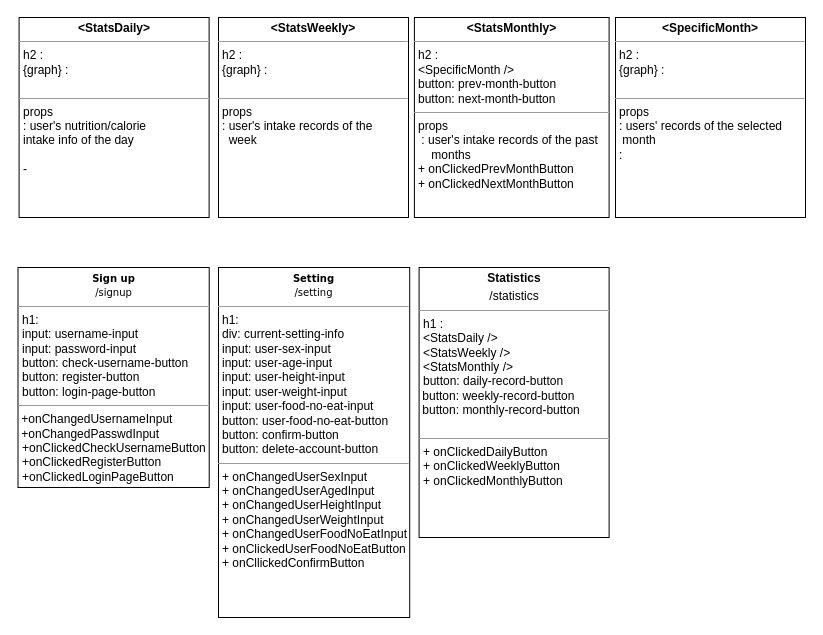
Earlier version of the draw.io diagram diagrams/Bang.drawio (swsnu/swpp2021-team5). Source tidied: cells renumbered, new cells numbered last; positions are measured from the earlier drawing's top-left corner, leaving out a move shared by most shapes. Both pictures are drawn from the tidied source at 100%, with x=0, y=0 at pixel (18, 17).
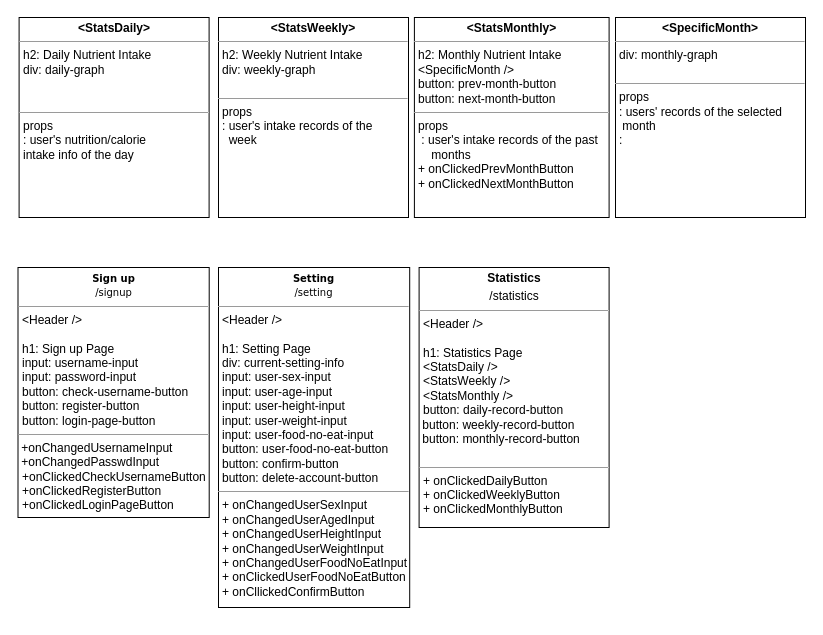
Above is the later version.

The edit, as a diff of the source:
```diff
@@
 <mxGraphModel>
   <root>
     <mxCell id="0" />
     <mxCell id="1" parent="0" />
-    <mxCell id="2" value="&lt;p style=&quot;margin: 0px ; margin-top: 4px ; text-align: center&quot;&gt;&lt;b&gt;&amp;lt;StatsDaily&amp;gt;&lt;/b&gt;&lt;/p&gt;&lt;hr size=&quot;1&quot;&gt;&lt;p style=&quot;margin: 0px ; margin-left: 4px&quot;&gt;h2 :&amp;nbsp;&lt;br&gt;&lt;/p&gt;&lt;p style=&quot;margin: 0px ; margin-left: 4px&quot;&gt;{graph} :&amp;nbsp;&lt;/p&gt;&lt;p style=&quot;margin: 0px ; margin-left: 4px&quot;&gt;&lt;br&gt;&lt;/p&gt;&lt;hr size=&quot;1&quot;&gt;&lt;p style=&quot;margin: 0px ; margin-left: 4px&quot;&gt;props&lt;/p&gt;&lt;p style=&quot;margin: 0px ; margin-left: 4px&quot;&gt;: user's nutrition/calorie&lt;/p&gt;&lt;p style=&quot;margin: 0px ; margin-left: 4px&quot;&gt;intake info of the day&lt;/p&gt;&lt;p style=&quot;margin: 0px ; margin-left: 4px&quot;&gt;&lt;br&gt;&lt;/p&gt;&lt;p style=&quot;margin: 0px ; margin-left: 4px&quot;&gt;-&amp;nbsp;&lt;/p&gt;&lt;p style=&quot;margin: 0px ; margin-left: 4px&quot;&gt;&lt;br&gt;&lt;/p&gt;" style="verticalAlign=top;align=left;overflow=fill;fontSize=12;fontFamily=Helvetica;html=1;rounded=0;shadow=0;comic=0;labelBackgroundColor=none;strokeWidth=1;" parent="1" vertex="1">
+    <mxCell id="2" value="&lt;p style=&quot;margin: 0px ; margin-top: 4px ; text-align: center&quot;&gt;&lt;b&gt;&amp;lt;StatsDaily&amp;gt;&lt;/b&gt;&lt;/p&gt;&lt;hr size=&quot;1&quot;&gt;&lt;p style=&quot;margin: 0px ; margin-left: 4px&quot;&gt;h2: Daily Nutrient Intake&lt;br&gt;&lt;/p&gt;&lt;p style=&quot;margin: 0px ; margin-left: 4px&quot;&gt;div: daily-graph&lt;/p&gt;&lt;p style=&quot;margin: 0px ; margin-left: 4px&quot;&gt;&amp;nbsp;&lt;/p&gt;&lt;p style=&quot;margin: 0px ; margin-left: 4px&quot;&gt;&lt;br&gt;&lt;/p&gt;&lt;hr size=&quot;1&quot;&gt;&lt;p style=&quot;margin: 0px ; margin-left: 4px&quot;&gt;props&lt;/p&gt;&lt;p style=&quot;margin: 0px ; margin-left: 4px&quot;&gt;: user's nutrition/calorie&lt;/p&gt;&lt;p style=&quot;margin: 0px ; margin-left: 4px&quot;&gt;intake info of the day&lt;/p&gt;&lt;p style=&quot;margin: 0px ; margin-left: 4px&quot;&gt;&lt;br&gt;&lt;/p&gt;" style="verticalAlign=top;align=left;overflow=fill;fontSize=12;fontFamily=Helvetica;html=1;rounded=0;shadow=0;comic=0;labelBackgroundColor=none;strokeWidth=1;" parent="1" vertex="1">
       <mxGeometry x="0.6" width="190" height="200" as="geometry" />
     </mxCell>
-    <mxCell id="3" value="&lt;p style=&quot;margin: 0px ; margin-top: 4px ; text-align: center&quot;&gt;&lt;b&gt;&amp;lt;StatsWeekly&amp;gt;&lt;/b&gt;&lt;/p&gt;&lt;hr size=&quot;1&quot;&gt;&lt;p style=&quot;margin: 0px ; margin-left: 4px&quot;&gt;h2 :&amp;nbsp;&lt;br&gt;&lt;/p&gt;&lt;p style=&quot;margin: 0px ; margin-left: 4px&quot;&gt;{graph} :&lt;br&gt;&lt;/p&gt;&lt;p style=&quot;margin: 0px ; margin-left: 4px&quot;&gt;&lt;br&gt;&lt;/p&gt;&lt;hr size=&quot;1&quot;&gt;&lt;p style=&quot;margin: 0px ; margin-left: 4px&quot;&gt;props&lt;/p&gt;&lt;p style=&quot;margin: 0px ; margin-left: 4px&quot;&gt;: user's intake records of the&lt;/p&gt;&lt;p style=&quot;margin: 0px ; margin-left: 4px&quot;&gt;&amp;nbsp; week&lt;br&gt;&lt;/p&gt;" style="verticalAlign=top;align=left;overflow=fill;fontSize=12;fontFamily=Helvetica;html=1;rounded=0;shadow=0;comic=0;labelBackgroundColor=none;strokeWidth=1;" parent="1" vertex="1">
+    <mxCell id="3" value="&lt;p style=&quot;margin: 0px ; margin-top: 4px ; text-align: center&quot;&gt;&lt;b&gt;&amp;lt;StatsWeekly&amp;gt;&lt;/b&gt;&lt;/p&gt;&lt;hr size=&quot;1&quot;&gt;&lt;p style=&quot;margin: 0px ; margin-left: 4px&quot;&gt;h2: Weekly Nutrient Intake&lt;br&gt;&lt;/p&gt;&lt;p style=&quot;margin: 0px ; margin-left: 4px&quot;&gt;div: weekly-graph&lt;br&gt;&lt;/p&gt;&lt;p style=&quot;margin: 0px ; margin-left: 4px&quot;&gt;&lt;br&gt;&lt;/p&gt;&lt;hr size=&quot;1&quot;&gt;&lt;p style=&quot;margin: 0px ; margin-left: 4px&quot;&gt;props&lt;/p&gt;&lt;p style=&quot;margin: 0px ; margin-left: 4px&quot;&gt;: user's intake records of the&lt;/p&gt;&lt;p style=&quot;margin: 0px ; margin-left: 4px&quot;&gt;&amp;nbsp; week&lt;br&gt;&lt;/p&gt;" style="verticalAlign=top;align=left;overflow=fill;fontSize=12;fontFamily=Helvetica;html=1;rounded=0;shadow=0;comic=0;labelBackgroundColor=none;strokeWidth=1;" parent="1" vertex="1">
       <mxGeometry x="200" width="190" height="200" as="geometry" />
     </mxCell>
-    <mxCell id="4" value="&lt;p style=&quot;margin: 0px ; margin-top: 4px ; text-align: center&quot;&gt;&lt;b&gt;&amp;lt;StatsMonthly&amp;gt;&lt;/b&gt;&lt;/p&gt;&lt;hr size=&quot;1&quot;&gt;&lt;p style=&quot;margin: 0px ; margin-left: 4px&quot;&gt;h2 :&amp;nbsp;&lt;br&gt;&lt;/p&gt;&lt;p style=&quot;margin: 0px ; margin-left: 4px&quot;&gt;&amp;lt;SpecificMonth /&amp;gt;&lt;/p&gt;&lt;p style=&quot;margin: 0px ; margin-left: 4px&quot;&gt;button: prev-month-button&lt;/p&gt;&lt;p style=&quot;margin: 0px ; margin-left: 4px&quot;&gt;button: next-month-button&lt;/p&gt;&lt;hr size=&quot;1&quot;&gt;&lt;p style=&quot;margin: 0px 0px 0px 4px&quot;&gt;props&lt;/p&gt;&lt;p style=&quot;margin: 0px 0px 0px 4px&quot;&gt;&amp;nbsp;: user's intake records of the past&lt;/p&gt;&lt;p style=&quot;margin: 0px 0px 0px 4px&quot;&gt;&amp;nbsp; &amp;nbsp; months&lt;/p&gt;&lt;p style=&quot;margin: 0px 0px 0px 4px&quot;&gt;+ onClickedPrevMonthButton&lt;/p&gt;&lt;p style=&quot;margin: 0px 0px 0px 4px&quot;&gt;+ onClickedNextMonthButton&lt;/p&gt;" style="verticalAlign=top;align=left;overflow=fill;fontSize=12;fontFamily=Helvetica;html=1;rounded=0;shadow=0;comic=0;labelBackgroundColor=none;strokeWidth=1;" parent="1" vertex="1">
+    <mxCell id="4" value="&lt;p style=&quot;margin: 0px ; margin-top: 4px ; text-align: center&quot;&gt;&lt;b&gt;&amp;lt;StatsMonthly&amp;gt;&lt;/b&gt;&lt;/p&gt;&lt;hr size=&quot;1&quot;&gt;&lt;p style=&quot;margin: 0px ; margin-left: 4px&quot;&gt;h2: Monthly Nutrient Intake&amp;nbsp;&lt;br&gt;&lt;/p&gt;&lt;p style=&quot;margin: 0px ; margin-left: 4px&quot;&gt;&amp;lt;SpecificMonth /&amp;gt;&lt;/p&gt;&lt;p style=&quot;margin: 0px ; margin-left: 4px&quot;&gt;button: prev-month-button&lt;/p&gt;&lt;p style=&quot;margin: 0px ; margin-left: 4px&quot;&gt;button: next-month-button&lt;/p&gt;&lt;hr size=&quot;1&quot;&gt;&lt;p style=&quot;margin: 0px 0px 0px 4px&quot;&gt;props&lt;/p&gt;&lt;p style=&quot;margin: 0px 0px 0px 4px&quot;&gt;&amp;nbsp;: user's intake records of the past&lt;/p&gt;&lt;p style=&quot;margin: 0px 0px 0px 4px&quot;&gt;&amp;nbsp; &amp;nbsp; months&lt;/p&gt;&lt;p style=&quot;margin: 0px 0px 0px 4px&quot;&gt;+ onClickedPrevMonthButton&lt;/p&gt;&lt;p style=&quot;margin: 0px 0px 0px 4px&quot;&gt;+ onClickedNextMonthButton&lt;/p&gt;" style="verticalAlign=top;align=left;overflow=fill;fontSize=12;fontFamily=Helvetica;html=1;rounded=0;shadow=0;comic=0;labelBackgroundColor=none;strokeWidth=1;" parent="1" vertex="1">
       <mxGeometry x="395.9" width="194.7" height="200" as="geometry" />
     </mxCell>
-    <mxCell id="5" value="&lt;p style=&quot;margin: 0px ; margin-top: 4px ; text-align: center&quot;&gt;&lt;b&gt;Statistics&lt;/b&gt;&lt;/p&gt;&lt;p style=&quot;margin: 0px ; margin-top: 4px ; text-align: center&quot;&gt;/statistics&lt;/p&gt;&lt;hr size=&quot;1&quot;&gt;&lt;p style=&quot;margin: 0px ; margin-left: 4px&quot;&gt;h1 :&amp;nbsp;&lt;/p&gt;&lt;p style=&quot;margin: 0px ; margin-left: 4px&quot;&gt;&amp;lt;StatsDaily /&amp;gt;&lt;/p&gt;&lt;p style=&quot;margin: 0px ; margin-left: 4px&quot;&gt;&amp;lt;StatsWeekly /&amp;gt;&lt;/p&gt;&lt;p style=&quot;margin: 0px ; margin-left: 4px&quot;&gt;&amp;lt;StatsMonthly /&amp;gt;&lt;/p&gt;&lt;p style=&quot;margin: 0px ; margin-left: 4px&quot;&gt;button: daily-record-button&lt;/p&gt;&amp;nbsp;button:&amp;nbsp;&lt;span&gt;weekly-record-button&amp;nbsp;&lt;/span&gt;&lt;br&gt;&amp;nbsp;button:&amp;nbsp;&lt;span&gt;monthly-record-button&lt;br&gt;&lt;/span&gt;&lt;br&gt;&lt;hr size=&quot;1&quot;&gt;&lt;p style=&quot;margin: 0px 0px 0px 4px&quot;&gt;+ onClickedDailyButton&lt;/p&gt;&lt;p style=&quot;margin: 0px 0px 0px 4px&quot;&gt;+ onClickedWeeklyButton&lt;/p&gt;&lt;p style=&quot;margin: 0px 0px 0px 4px&quot;&gt;+ onClickedMonthlyButton&lt;/p&gt;" style="verticalAlign=top;align=left;overflow=fill;fontSize=12;fontFamily=Helvetica;html=1;rounded=0;shadow=0;comic=0;labelBackgroundColor=none;strokeWidth=1;" parent="1" vertex="1">
-      <mxGeometry x="400.6" y="250" width="190" height="270" as="geometry" />
+    <mxCell id="5" value="&lt;p style=&quot;margin: 0px ; margin-top: 4px ; text-align: center&quot;&gt;&lt;b&gt;Statistics&lt;/b&gt;&lt;/p&gt;&lt;p style=&quot;margin: 0px ; margin-top: 4px ; text-align: center&quot;&gt;/statistics&lt;/p&gt;&lt;hr size=&quot;1&quot;&gt;&lt;p style=&quot;margin: 0px ; margin-left: 4px&quot;&gt;&amp;lt;Header /&amp;gt;&lt;br&gt;&lt;/p&gt;&lt;p style=&quot;margin: 0px ; margin-left: 4px&quot;&gt;&lt;br&gt;&lt;/p&gt;&lt;p style=&quot;margin: 0px ; margin-left: 4px&quot;&gt;h1: Statistics Page&lt;/p&gt;&lt;p style=&quot;margin: 0px ; margin-left: 4px&quot;&gt;&amp;lt;StatsDaily /&amp;gt;&lt;/p&gt;&lt;p style=&quot;margin: 0px ; margin-left: 4px&quot;&gt;&amp;lt;StatsWeekly /&amp;gt;&lt;/p&gt;&lt;p style=&quot;margin: 0px ; margin-left: 4px&quot;&gt;&amp;lt;StatsMonthly /&amp;gt;&lt;/p&gt;&lt;p style=&quot;margin: 0px ; margin-left: 4px&quot;&gt;button: daily-record-button&lt;/p&gt;&amp;nbsp;button:&amp;nbsp;&lt;span&gt;weekly-record-button&amp;nbsp;&lt;/span&gt;&lt;br&gt;&amp;nbsp;button:&amp;nbsp;&lt;span&gt;monthly-record-button&lt;br&gt;&lt;/span&gt;&lt;br&gt;&lt;hr size=&quot;1&quot;&gt;&lt;p style=&quot;margin: 0px 0px 0px 4px&quot;&gt;+ onClickedDailyButton&lt;/p&gt;&lt;p style=&quot;margin: 0px 0px 0px 4px&quot;&gt;+ onClickedWeeklyButton&lt;/p&gt;&lt;p style=&quot;margin: 0px 0px 0px 4px&quot;&gt;+ onClickedMonthlyButton&lt;/p&gt;" style="verticalAlign=top;align=left;overflow=fill;fontSize=12;fontFamily=Helvetica;html=1;rounded=0;shadow=0;comic=0;labelBackgroundColor=none;strokeWidth=1;" parent="1" vertex="1">
+      <mxGeometry x="400.6" y="250" width="190" height="260" as="geometry" />
     </mxCell>
-    <mxCell id="6" value="&lt;p style=&quot;margin: 4px 0px 0px ; text-align: center&quot;&gt;&lt;b style=&quot;font-family: &amp;#34;verdana&amp;#34; ; font-size: 10px&quot;&gt;Sign up&lt;/b&gt;&lt;br style=&quot;font-family: &amp;#34;verdana&amp;#34; ; font-size: 10px&quot;&gt;&lt;span style=&quot;font-family: &amp;#34;verdana&amp;#34; ; font-size: 10px&quot;&gt;/signup&lt;/span&gt;&lt;br&gt;&lt;/p&gt;&lt;hr size=&quot;1&quot;&gt;&lt;p style=&quot;margin: 0px 0px 0px 4px&quot;&gt;h1:&lt;/p&gt;&lt;p style=&quot;margin: 0px 0px 0px 4px&quot;&gt;input: username-input&lt;/p&gt;&lt;p style=&quot;margin: 0px 0px 0px 4px&quot;&gt;input: password-input&lt;/p&gt;&lt;p style=&quot;margin: 0px 0px 0px 4px&quot;&gt;button: check-username-button&lt;/p&gt;&lt;p style=&quot;margin: 0px 0px 0px 4px&quot;&gt;button: register-button&lt;/p&gt;&lt;p style=&quot;margin: 0px 0px 0px 4px&quot;&gt;button: login-page-button&lt;/p&gt;&lt;hr size=&quot;1&quot;&gt;&amp;nbsp;+onChangedUsernameInput&lt;br&gt;&amp;nbsp;+onChangedPasswdInput&lt;br&gt;&lt;p style=&quot;margin: 0px 0px 0px 4px&quot;&gt;+onClickedCheckUsernameButton&lt;/p&gt;&lt;p style=&quot;margin: 0px 0px 0px 4px&quot;&gt;+onClickedRegisterButton&lt;/p&gt;&lt;p style=&quot;margin: 0px 0px 0px 4px&quot;&gt;+onClickedLoginPageButton&lt;/p&gt;" style="verticalAlign=top;align=left;overflow=fill;fontSize=12;fontFamily=Helvetica;html=1;" parent="1" vertex="1">
-      <mxGeometry x="-0.5" y="250" width="191.2" height="220" as="geometry" />
+    <mxCell id="6" value="&lt;p style=&quot;margin: 4px 0px 0px ; text-align: center&quot;&gt;&lt;b style=&quot;font-family: &amp;#34;verdana&amp;#34; ; font-size: 10px&quot;&gt;Sign up&lt;/b&gt;&lt;br style=&quot;font-family: &amp;#34;verdana&amp;#34; ; font-size: 10px&quot;&gt;&lt;span style=&quot;font-family: &amp;#34;verdana&amp;#34; ; font-size: 10px&quot;&gt;/signup&lt;/span&gt;&lt;br&gt;&lt;/p&gt;&lt;hr size=&quot;1&quot;&gt;&lt;p style=&quot;margin: 0px 0px 0px 4px&quot;&gt;&amp;lt;Header /&amp;gt;&lt;/p&gt;&lt;p style=&quot;margin: 0px 0px 0px 4px&quot;&gt;&lt;br&gt;&lt;/p&gt;&lt;p style=&quot;margin: 0px 0px 0px 4px&quot;&gt;h1: Sign up Page&lt;/p&gt;&lt;p style=&quot;margin: 0px 0px 0px 4px&quot;&gt;input: username-input&lt;/p&gt;&lt;p style=&quot;margin: 0px 0px 0px 4px&quot;&gt;input: password-input&lt;/p&gt;&lt;p style=&quot;margin: 0px 0px 0px 4px&quot;&gt;button: check-username-button&lt;/p&gt;&lt;p style=&quot;margin: 0px 0px 0px 4px&quot;&gt;button: register-button&lt;/p&gt;&lt;p style=&quot;margin: 0px 0px 0px 4px&quot;&gt;button: login-page-button&lt;/p&gt;&lt;hr size=&quot;1&quot;&gt;&amp;nbsp;+onChangedUsernameInput&lt;br&gt;&amp;nbsp;+onChangedPasswdInput&lt;br&gt;&lt;p style=&quot;margin: 0px 0px 0px 4px&quot;&gt;+onClickedCheckUsernameButton&lt;/p&gt;&lt;p style=&quot;margin: 0px 0px 0px 4px&quot;&gt;+onClickedRegisterButton&lt;/p&gt;&lt;p style=&quot;margin: 0px 0px 0px 4px&quot;&gt;+onClickedLoginPageButton&lt;/p&gt;" style="verticalAlign=top;align=left;overflow=fill;fontSize=12;fontFamily=Helvetica;html=1;" parent="1" vertex="1">
+      <mxGeometry x="-0.5" y="250" width="191.2" height="250" as="geometry" />
     </mxCell>
-    <mxCell id="7" value="&lt;p style=&quot;margin: 4px 0px 0px ; text-align: center&quot;&gt;&lt;b style=&quot;font-family: &amp;#34;verdana&amp;#34; ; font-size: 10px&quot;&gt;Setting&lt;/b&gt;&lt;br style=&quot;font-family: &amp;#34;verdana&amp;#34; ; font-size: 10px&quot;&gt;&lt;span style=&quot;font-family: &amp;#34;verdana&amp;#34; ; font-size: 10px&quot;&gt;/setting&lt;/span&gt;&lt;br&gt;&lt;/p&gt;&lt;hr size=&quot;1&quot;&gt;&lt;p style=&quot;margin: 0px 0px 0px 4px&quot;&gt;h1:&amp;nbsp;&lt;/p&gt;&lt;p style=&quot;margin: 0px 0px 0px 4px&quot;&gt;div: current-setting-info&lt;/p&gt;&lt;p style=&quot;margin: 0px 0px 0px 4px&quot;&gt;input: user-sex-input&lt;/p&gt;&lt;p style=&quot;margin: 0px 0px 0px 4px&quot;&gt;input: user-age-input&lt;/p&gt;&lt;p style=&quot;margin: 0px 0px 0px 4px&quot;&gt;input: user-height-input&lt;/p&gt;&lt;p style=&quot;margin: 0px 0px 0px 4px&quot;&gt;input: user-weight-input&lt;/p&gt;&lt;p style=&quot;margin: 0px 0px 0px 4px&quot;&gt;input: user-food-no-eat-input&lt;br&gt;&lt;/p&gt;&lt;p style=&quot;margin: 0px 0px 0px 4px&quot;&gt;button: user-food-no-eat-button&lt;/p&gt;&lt;p style=&quot;margin: 0px 0px 0px 4px&quot;&gt;&lt;span&gt;button: confirm-button&lt;/span&gt;&lt;br&gt;&lt;/p&gt;&lt;p style=&quot;margin: 0px 0px 0px 4px&quot;&gt;&lt;span&gt;button: delete-account-button&lt;/span&gt;&lt;/p&gt;&lt;hr size=&quot;1&quot;&gt;&lt;p style=&quot;margin: 0px 0px 0px 4px&quot;&gt;+ onChangedUserSexInput&lt;/p&gt;&lt;p style=&quot;margin: 0px 0px 0px 4px&quot;&gt;+ onChangedUserAgedInput&lt;/p&gt;&lt;p style=&quot;margin: 0px 0px 0px 4px&quot;&gt;+ onChangedUserHeightInput&lt;/p&gt;&lt;p style=&quot;margin: 0px 0px 0px 4px&quot;&gt;+ onChangedUserWeightInput&lt;/p&gt;&lt;p style=&quot;margin: 0px 0px 0px 4px&quot;&gt;+ onChangedUserFoodNoEatInput&lt;/p&gt;&lt;p style=&quot;margin: 0px 0px 0px 4px&quot;&gt;+ onClickedUserFoodNoEatButton&lt;/p&gt;&lt;p style=&quot;margin: 0px 0px 0px 4px&quot;&gt;+ onCllickedConfirmButton&lt;/p&gt;" style="verticalAlign=top;align=left;overflow=fill;fontSize=12;fontFamily=Helvetica;html=1;" parent="1" vertex="1">
-      <mxGeometry x="200" y="250" width="191.2" height="350" as="geometry" />
+    <mxCell id="7" value="&lt;p style=&quot;margin: 4px 0px 0px ; text-align: center&quot;&gt;&lt;b style=&quot;font-family: &amp;#34;verdana&amp;#34; ; font-size: 10px&quot;&gt;Setting&lt;/b&gt;&lt;br style=&quot;font-family: &amp;#34;verdana&amp;#34; ; font-size: 10px&quot;&gt;&lt;span style=&quot;font-family: &amp;#34;verdana&amp;#34; ; font-size: 10px&quot;&gt;/setting&lt;/span&gt;&lt;br&gt;&lt;/p&gt;&lt;hr size=&quot;1&quot;&gt;&lt;p style=&quot;margin: 0px 0px 0px 4px&quot;&gt;&amp;lt;Header /&amp;gt;&lt;br&gt;&lt;/p&gt;&lt;p style=&quot;margin: 0px 0px 0px 4px&quot;&gt;&lt;br&gt;&lt;/p&gt;&lt;p style=&quot;margin: 0px 0px 0px 4px&quot;&gt;h1: Setting Page&lt;/p&gt;&lt;p style=&quot;margin: 0px 0px 0px 4px&quot;&gt;div: current-setting-info&lt;/p&gt;&lt;p style=&quot;margin: 0px 0px 0px 4px&quot;&gt;input: user-sex-input&lt;/p&gt;&lt;p style=&quot;margin: 0px 0px 0px 4px&quot;&gt;input: user-age-input&lt;/p&gt;&lt;p style=&quot;margin: 0px 0px 0px 4px&quot;&gt;input: user-height-input&lt;/p&gt;&lt;p style=&quot;margin: 0px 0px 0px 4px&quot;&gt;input: user-weight-input&lt;/p&gt;&lt;p style=&quot;margin: 0px 0px 0px 4px&quot;&gt;input: user-food-no-eat-input&lt;br&gt;&lt;/p&gt;&lt;p style=&quot;margin: 0px 0px 0px 4px&quot;&gt;button: user-food-no-eat-button&lt;/p&gt;&lt;p style=&quot;margin: 0px 0px 0px 4px&quot;&gt;&lt;span&gt;button: confirm-button&lt;/span&gt;&lt;br&gt;&lt;/p&gt;&lt;p style=&quot;margin: 0px 0px 0px 4px&quot;&gt;&lt;span&gt;button: delete-account-button&lt;/span&gt;&lt;/p&gt;&lt;hr size=&quot;1&quot;&gt;&lt;p style=&quot;margin: 0px 0px 0px 4px&quot;&gt;+ onChangedUserSexInput&lt;/p&gt;&lt;p style=&quot;margin: 0px 0px 0px 4px&quot;&gt;+ onChangedUserAgedInput&lt;/p&gt;&lt;p style=&quot;margin: 0px 0px 0px 4px&quot;&gt;+ onChangedUserHeightInput&lt;/p&gt;&lt;p style=&quot;margin: 0px 0px 0px 4px&quot;&gt;+ onChangedUserWeightInput&lt;/p&gt;&lt;p style=&quot;margin: 0px 0px 0px 4px&quot;&gt;+ onChangedUserFoodNoEatInput&lt;/p&gt;&lt;p style=&quot;margin: 0px 0px 0px 4px&quot;&gt;+ onClickedUserFoodNoEatButton&lt;/p&gt;&lt;p style=&quot;margin: 0px 0px 0px 4px&quot;&gt;+ onCllickedConfirmButton&lt;/p&gt;" style="verticalAlign=top;align=left;overflow=fill;fontSize=12;fontFamily=Helvetica;html=1;" parent="1" vertex="1">
+      <mxGeometry x="200" y="250" width="191.2" height="340" as="geometry" />
     </mxCell>
     <mxCell id="8" style="edgeStyle=orthogonalEdgeStyle;rounded=0;orthogonalLoop=1;jettySize=auto;html=1;exitX=0.5;exitY=1;exitDx=0;exitDy=0;" parent="1" edge="1" source="3" target="3">
       <mxGeometry relative="1" as="geometry" />
     </mxCell>
-    <mxCell id="9" value="&lt;p style=&quot;margin: 0px ; margin-top: 4px ; text-align: center&quot;&gt;&lt;b&gt;&amp;lt;SpecificMonth&amp;gt;&lt;/b&gt;&lt;/p&gt;&lt;hr size=&quot;1&quot;&gt;&lt;p style=&quot;margin: 0px ; margin-left: 4px&quot;&gt;h2 :&amp;nbsp;&lt;br&gt;&lt;/p&gt;&lt;p style=&quot;margin: 0px ; margin-left: 4px&quot;&gt;{graph} :&lt;br&gt;&lt;/p&gt;&lt;p style=&quot;margin: 0px ; margin-left: 4px&quot;&gt;&lt;br&gt;&lt;/p&gt;&lt;hr size=&quot;1&quot;&gt;&lt;p style=&quot;margin: 0px ; margin-left: 4px&quot;&gt;props&lt;/p&gt;&lt;p style=&quot;margin: 0px ; margin-left: 4px&quot;&gt;: users' records of the selected&lt;/p&gt;&lt;p style=&quot;margin: 0px ; margin-left: 4px&quot;&gt;&amp;nbsp;month&lt;/p&gt;&lt;p style=&quot;margin: 0px ; margin-left: 4px&quot;&gt;:&amp;nbsp;&lt;/p&gt;" style="verticalAlign=top;align=left;overflow=fill;fontSize=12;fontFamily=Helvetica;html=1;rounded=0;shadow=0;comic=0;labelBackgroundColor=none;strokeWidth=1;" parent="1" vertex="1">
+    <mxCell id="9" value="&lt;p style=&quot;margin: 0px ; margin-top: 4px ; text-align: center&quot;&gt;&lt;b&gt;&amp;lt;SpecificMonth&amp;gt;&lt;/b&gt;&lt;/p&gt;&lt;hr size=&quot;1&quot;&gt;&lt;p style=&quot;margin: 0px ; margin-left: 4px&quot;&gt;&lt;span&gt;div: monthly-graph&lt;/span&gt;&lt;br&gt;&lt;/p&gt;&lt;p style=&quot;margin: 0px ; margin-left: 4px&quot;&gt;&lt;br&gt;&lt;/p&gt;&lt;hr size=&quot;1&quot;&gt;&lt;p style=&quot;margin: 0px ; margin-left: 4px&quot;&gt;props&lt;/p&gt;&lt;p style=&quot;margin: 0px ; margin-left: 4px&quot;&gt;: users' records of the selected&lt;/p&gt;&lt;p style=&quot;margin: 0px ; margin-left: 4px&quot;&gt;&amp;nbsp;month&lt;/p&gt;&lt;p style=&quot;margin: 0px ; margin-left: 4px&quot;&gt;:&amp;nbsp;&lt;/p&gt;" style="verticalAlign=top;align=left;overflow=fill;fontSize=12;fontFamily=Helvetica;html=1;rounded=0;shadow=0;comic=0;labelBackgroundColor=none;strokeWidth=1;" parent="1" vertex="1">
       <mxGeometry x="597" width="190" height="200" as="geometry" />
     </mxCell>
   </root>
 </mxGraphModel>
```
